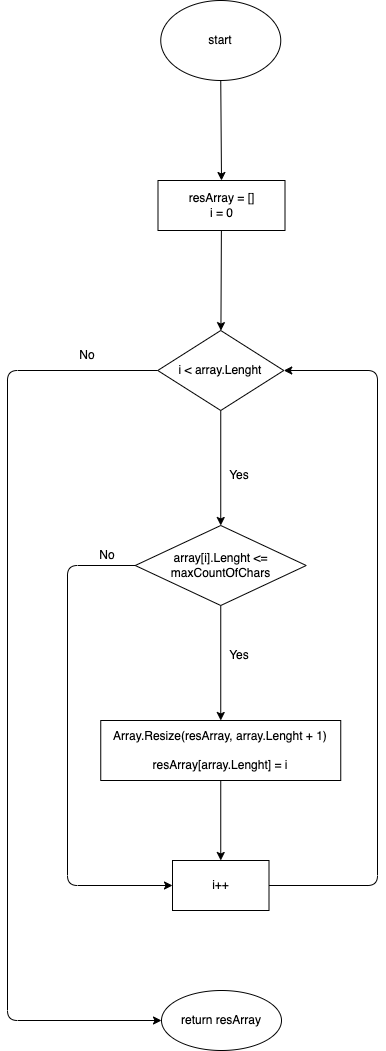
This is flowchart.drawio.png from npokhodnya/testGB_Developer, a draw.io export, as it was before one commit. Source tidied: cells renumbered, new cells last; positions are measured from the earlier drawing's top-left corner, leaving out a move shared by most shapes.
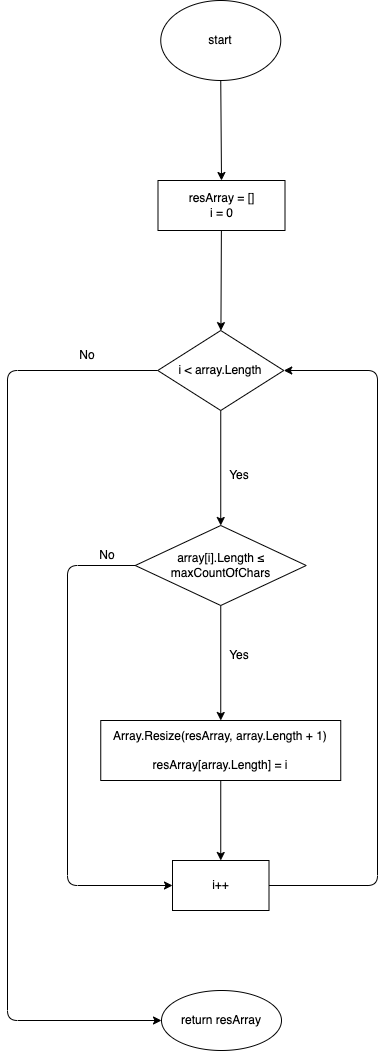
After the commit.

What changed in the source:
```diff
@@ -14,7 +14,7 @@
     <mxCell id="5" style="edgeStyle=none;html=1;" parent="1" edge="1" source="6" target="10">
       <mxGeometry relative="1" as="geometry" />
     </mxCell>
-    <mxCell id="6" value="i &amp;lt; array.Lenght" style="rhombus;whiteSpace=wrap;html=1;" parent="1" vertex="1">
+    <mxCell id="6" value="i &amp;lt; array.Length" style="rhombus;whiteSpace=wrap;html=1;" parent="1" vertex="1">
       <mxGeometry x="150.2" y="330" width="126" height="80" as="geometry" />
     </mxCell>
     <mxCell id="7" style="edgeStyle=none;html=1;" parent="1" edge="1" source="10" target="12">
@@ -36,13 +36,13 @@
         </Array>
       </mxGeometry>
     </mxCell>
-    <mxCell id="10" value="array[i].Lenght &amp;lt;= maxCountOfChars" style="rhombus;whiteSpace=wrap;html=1;" parent="1" vertex="1">
+    <mxCell id="10" value="array[i].Length ≤ maxCountOfChars" style="rhombus;whiteSpace=wrap;html=1;" parent="1" vertex="1">
       <mxGeometry x="127.8" y="525" width="171" height="80" as="geometry" />
     </mxCell>
     <mxCell id="11" style="edgeStyle=none;html=1;" parent="1" edge="1" source="12" target="14">
       <mxGeometry relative="1" as="geometry" />
     </mxCell>
-    <mxCell id="12" value="Array.Resize(resArray, array.Lenght + 1)&lt;br&gt;&lt;br&gt;resArray[array.Lenght] = i" style="whiteSpace=wrap;html=1;" parent="1" vertex="1">
+    <mxCell id="12" value="Array.Resize(resArray, array.Length + 1)&lt;br&gt;&lt;br&gt;resArray[array.Length] = i" style="whiteSpace=wrap;html=1;" parent="1" vertex="1">
       <mxGeometry x="93.2" y="720" width="240" height="60" as="geometry" />
     </mxCell>
     <mxCell id="13" style="edgeStyle=none;html=1;exitX=1;exitY=0.5;exitDx=0;exitDy=0;entryX=1;entryY=0.5;entryDx=0;entryDy=0;" parent="1" edge="1" source="14" target="6">
```
